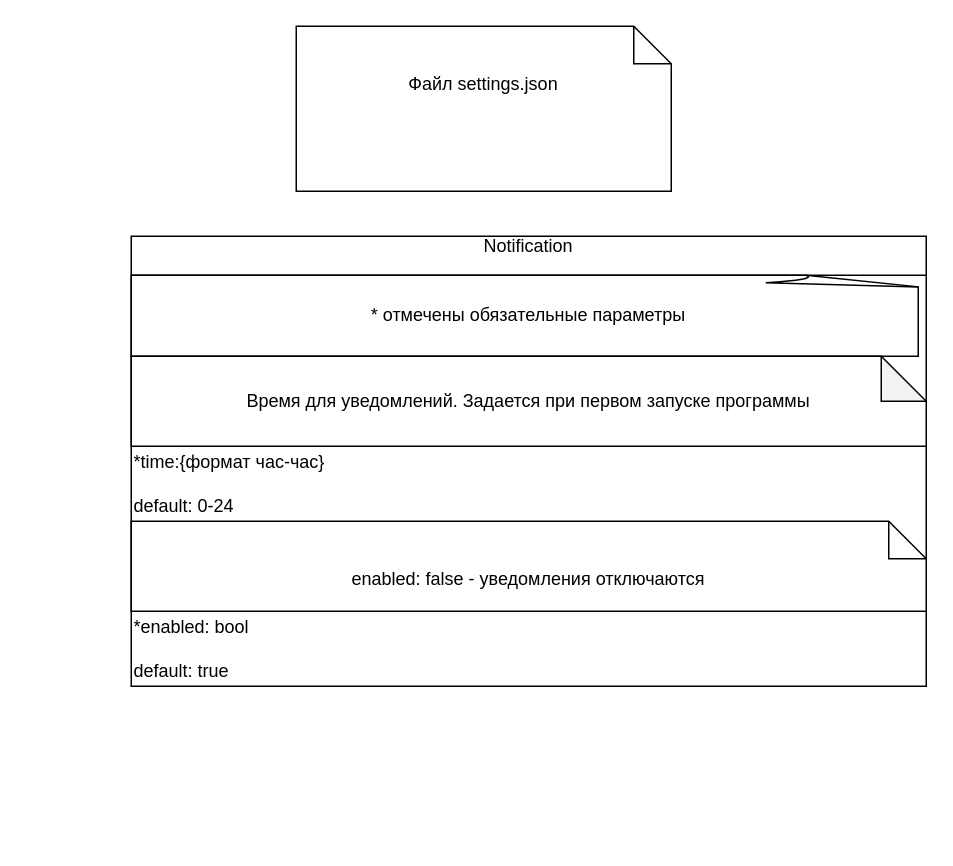
DenisPald/spaced-repetition keeps this draw.io diagram as page "UserSettings" (2 of 3) of SpacedRepetition.drawio. Above is the earlier version. Source tidied: cells renumbered, new cells numbered last; positions are measured from the earlier drawing's top-left corner, leaving out a move shared by most shapes. Both pictures are drawn from the tidied source at 150%, with x=0, y=0 at pixel (130, 26).
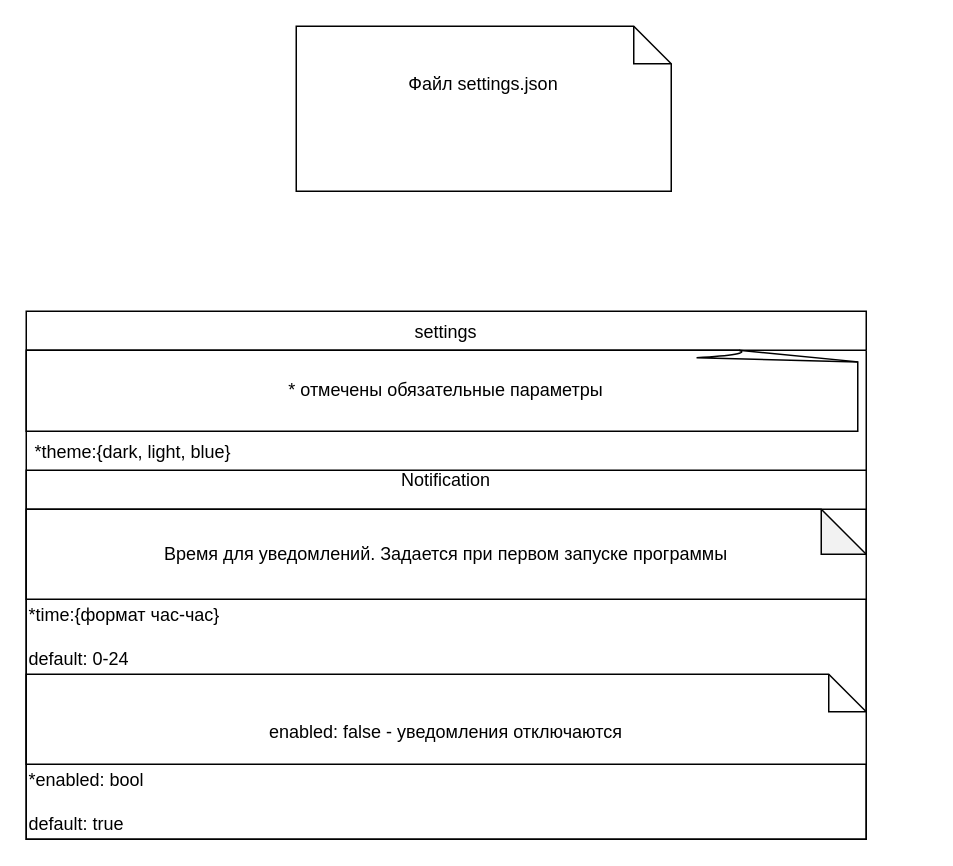
The same diagram, later.

Commit message (it also covers changes not shown here):
first UI, add settings.json with default settings, update drawio file

The edit, as a diff of the source:
```diff
@@
 <mxGraphModel>
   <root>
     <mxCell id="0" />
     <mxCell id="1" parent="0" />
     <mxCell id="2" value="Файл settings.json" style="shape=note2;boundedLbl=1;whiteSpace=wrap;html=1;size=25;verticalAlign=top;align=center;" parent="1" vertex="1">
       <mxGeometry x="110" width="250" height="110" as="geometry" />
     </mxCell>
+    <mxCell id="9" value="settings" style="swimlane;fontStyle=0;horizontal=1;startSize=26;" parent="1" vertex="1">
+      <mxGeometry x="-70" y="190" width="560" height="352" as="geometry" />
+    </mxCell>
+    <mxCell id="4" value="* отмечены обязательные параметры" style="whiteSpace=wrap;html=1;shape=mxgraph.basic.document;" parent="9" vertex="1">
+      <mxGeometry y="26" width="560" height="54" as="geometry" />
+    </mxCell>
+    <mxCell id="10" value="*theme:{dark, light, blue}" style="text;strokeColor=none;fillColor=none;align=left;verticalAlign=top;spacingLeft=4;spacingRight=4;overflow=hidden;" parent="9" vertex="1">
+      <mxGeometry y="80" width="560" height="26" as="geometry" />
+    </mxCell>
-    <mxCell id="3" value="Notification&#10;" style="swimlane;fontStyle=0;horizontal=1;startSize=26;" parent="1" vertex="1">
-      <mxGeometry y="140" width="530" height="300" as="geometry" />
+    <mxCell id="3" value="Notification&#10;" style="swimlane;fontStyle=0;horizontal=1;startSize=26;" parent="9" vertex="1">
+      <mxGeometry y="106" width="560" height="246" as="geometry" />
     </mxCell>
-    <mxCell id="4" value="* отмечены обязательные параметры" style="whiteSpace=wrap;html=1;shape=mxgraph.basic.document;" parent="3" vertex="1">
-      <mxGeometry y="26" width="530" height="54" as="geometry" />
-    </mxCell>
     <mxCell id="5" value="Время для уведомлений. Задается при первом запуске программы" style="shape=note;whiteSpace=wrap;html=1;backgroundOutline=1;darkOpacity=0.05;" parent="3" vertex="1">
-      <mxGeometry y="80" width="530" height="60" as="geometry" />
+      <mxGeometry y="26" width="560" height="60" as="geometry" />
     </mxCell>
     <mxCell id="6" value="*time:{формат час-час}&lt;br&gt;&lt;br&gt;default: 0-24&lt;br&gt;" style="text;html=1;align=left;verticalAlign=middle;strokeColor=none;" parent="3" vertex="1">
-      <mxGeometry y="140" width="530" height="50" as="geometry" />
+      <mxGeometry y="86" width="560" height="50" as="geometry" />
     </mxCell>
     <mxCell id="7" value="enabled: false - уведомления отключаются" style="shape=note2;boundedLbl=1;whiteSpace=wrap;html=1;size=25;verticalAlign=top;align=center;" parent="3" vertex="1">
-      <mxGeometry y="190" width="530" height="60" as="geometry" />
+      <mxGeometry y="136" width="560" height="60" as="geometry" />
     </mxCell>
     <mxCell id="8" value="*enabled: bool&lt;br&gt;&lt;br&gt;default: true" style="text;html=1;align=left;verticalAlign=middle;strokeColor=none;" parent="3" vertex="1">
-      <mxGeometry y="250" width="530" height="50" as="geometry" />
+      <mxGeometry y="196" width="560" height="50" as="geometry" />
     </mxCell>
   </root>
 </mxGraphModel>
```
